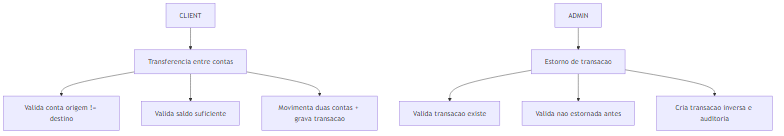
Earlier version of the Mermaid export docs/diagrams/arquitetura-fluxos-fiap.png (viniruggeri/midas-fintech-java). Its source is kept beside it as docs/diagrams/arquitetura-fluxos-fiap.mmd.
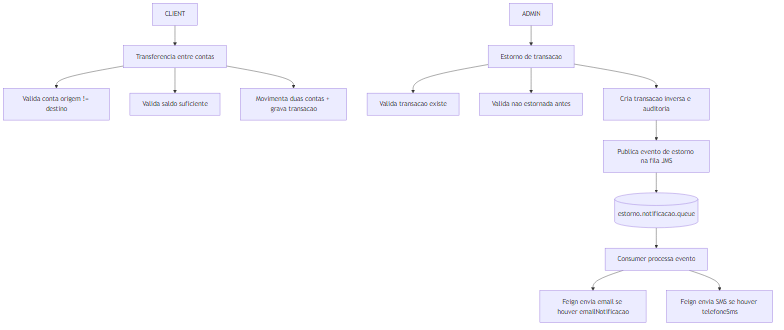
Above is the later version.

Change to the diagram source:
```diff
@@ -8,3 +8,8 @@
     E1 --> V3[Valida transacao existe]
     E1 --> V4[Valida nao estornada antes]
     E1 --> M2[Cria transacao inversa e auditoria]
+    M2 --> P1[Publica evento de estorno na fila JMS]
+    P1 --> Q1[(estorno.notificacao.queue)]
+    Q1 --> C1[Consumer processa evento]
+    C1 --> N1[Feign envia email se houver emailNotificacao]
+    C1 --> N2[Feign envia SMS se houver telefoneSms]
```
